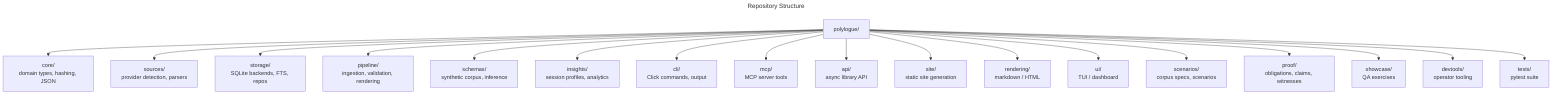
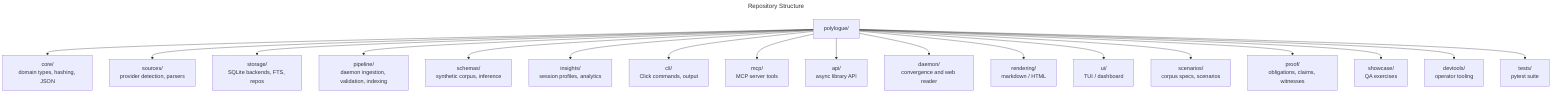
---
title: Repository Structure
---
flowchart TB
    ROOT["polylogue/"] --> CORE["core/<br/>domain types, hashing, JSON"]
    ROOT --> SOURCES["sources/<br/>provider detection, parsers"]
    ROOT --> STORAGE["storage/<br/>SQLite backends, FTS, repos"]
-     ROOT --> PIPELINE["pipeline/<br/>ingestion, validation, rendering"]
+     ROOT --> PIPELINE["pipeline/<br/>daemon ingestion, validation, indexing"]
    ROOT --> SCHEMAS["schemas/<br/>synthetic corpus, inference"]
    ROOT --> INSIGHTS["insights/<br/>session profiles, analytics"]
    ROOT --> CLI["cli/<br/>Click commands, output"]
    ROOT --> MCP["mcp/<br/>MCP server tools"]
    ROOT --> API["api/<br/>async library API"]
-     ROOT --> SITE["site/<br/>static site generation"]
+     ROOT --> DAEMON["daemon/<br/>convergence and web reader"]
    ROOT --> RENDERING["rendering/<br/>markdown / HTML"]
    ROOT --> UI["ui/<br/>TUI / dashboard"]
    ROOT --> SCENARIOS["scenarios/<br/>corpus specs, scenarios"]
    ROOT --> PROOF["proof/<br/>obligations, claims, witnesses"]
    ROOT --> SHOWCASE["showcase/<br/>QA exercises"]
    ROOT --> DEVTOOLS["devtools/<br/>operator tooling"]
    ROOT --> TESTS["tests/<br/>pytest suite"]
